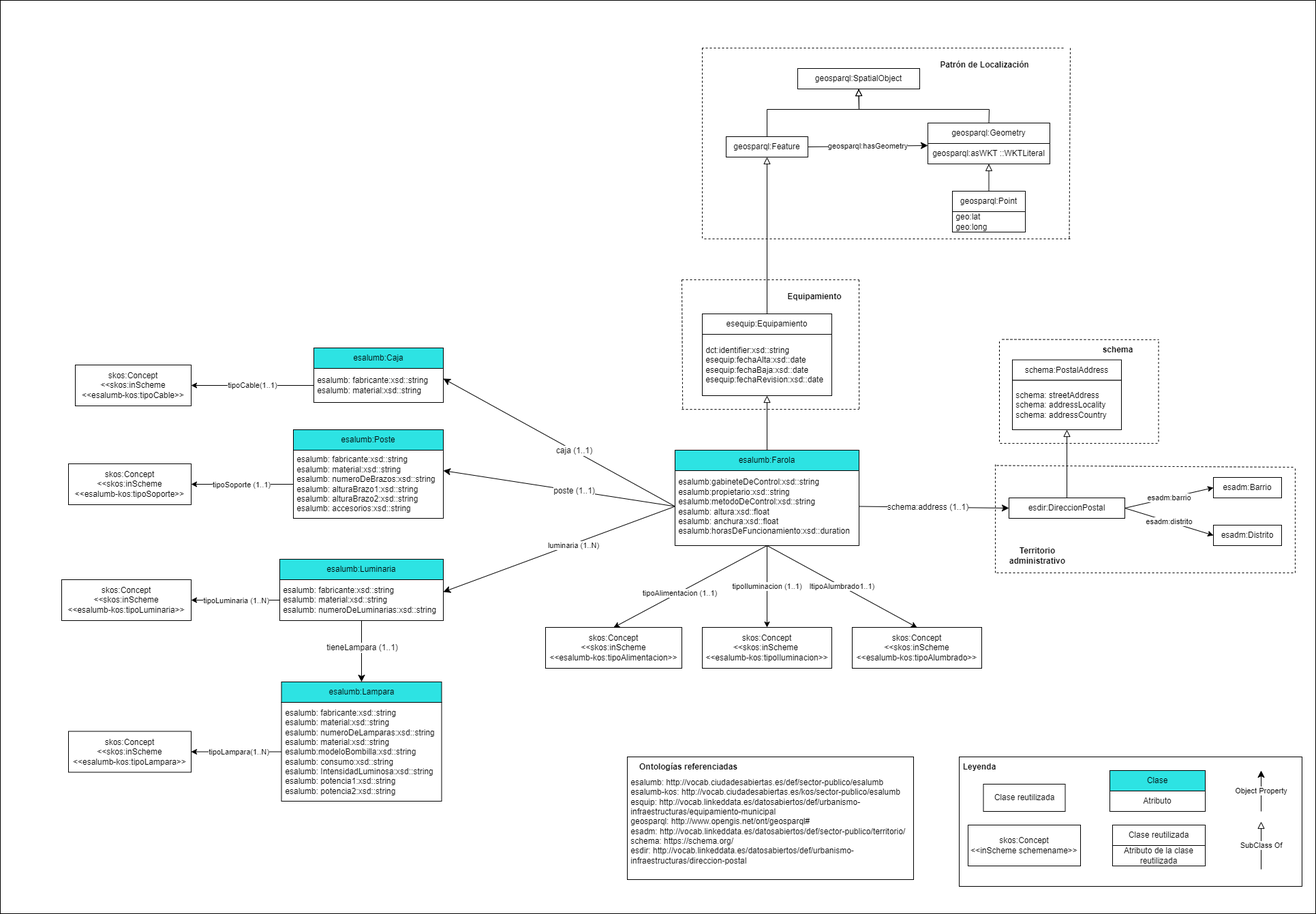
Earlier version of the draw.io export resources/images/Diagrama Alumbrado.png (MMB99/Alumbrado). Source tidied: cells renumbered, new cells last; positions are measured from the earlier drawing's top-left corner, leaving out a move shared by most shapes.
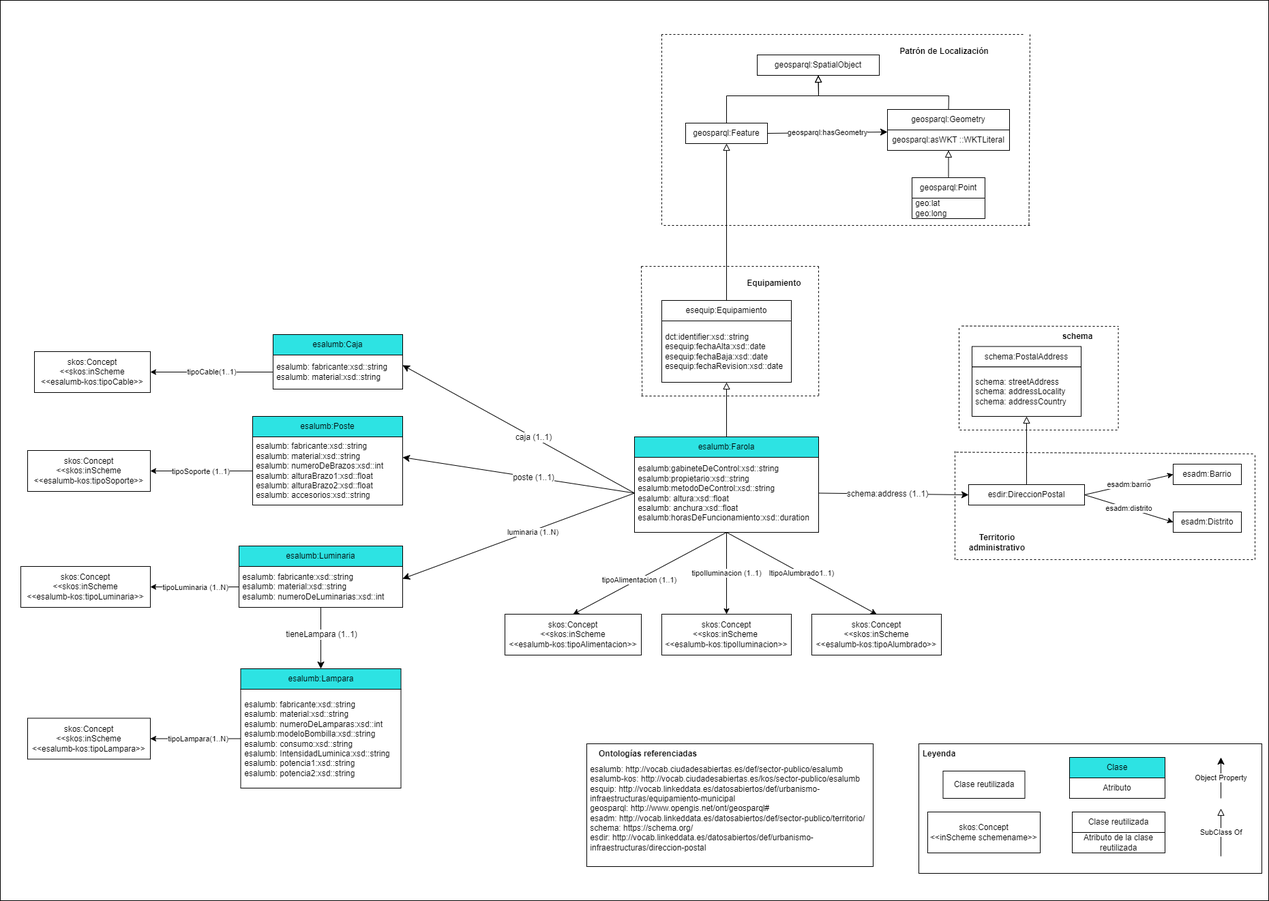
After the commit.

Change to the diagram source:
```diff
@@ -2,9 +2,9 @@
   <root>
     <mxCell id="0" />
     <mxCell id="1" parent="0" />
-    <mxCell id="2" style="rounded=0;whiteSpace=wrap;html=1;" parent="1" vertex="1">
-      <mxGeometry width="1930" height="1340" as="geometry" />
-    </mxCell>
+    <mxCell id="98" style="rounded=0;whiteSpace=wrap;html=1;" parent="1" vertex="1">
+      <mxGeometry x="60" y="20" width="1860" height="1320" as="geometry" />
+    </mxCell>
     <mxCell id="3" value="&lt;div style=&quot;&quot;&gt;&lt;span style=&quot;background-color: initial;&quot;&gt;&amp;nbsp;esalumb:gabineteDeControl:xsd::string&lt;/span&gt;&lt;/div&gt;&lt;div style=&quot;&quot;&gt;&lt;span style=&quot;background-color: initial;&quot;&gt;&amp;nbsp;esalumb:propietario:xsd::string&lt;/span&gt;&lt;/div&gt;&lt;div style=&quot;&quot;&gt;&lt;span style=&quot;background-color: initial;&quot;&gt;&amp;nbsp;esalumb:metodoDeControl:xsd::string&lt;/span&gt;&lt;/div&gt;&lt;div style=&quot;&quot;&gt;&lt;span style=&quot;background-color: initial;&quot;&gt;&amp;nbsp;esalumb: altura:xsd::float&lt;/span&gt;&lt;/div&gt;&lt;div style=&quot;&quot;&gt;&lt;span style=&quot;background-color: initial;&quot;&gt;&amp;nbsp;esalumb: anchura:xsd::float&lt;/span&gt;&lt;/div&gt;&lt;div style=&quot;&quot;&gt;&lt;span style=&quot;background-color: initial;&quot;&gt;&amp;nbsp;esalumb:horasDeFuncionamiento:xsd::duration&lt;/span&gt;&lt;/div&gt;" style="rounded=0;whiteSpace=wrap;html=1;snapToPoint=1;points=[[0.1,0],[0.2,0],[0.3,0],[0.4,0],[0.5,0],[0.6,0],[0.7,0],[0.8,0],[0.9,0],[0,0.1],[0,0.3],[0,0.5],[0,0.7],[0,0.9],[0.1,1],[0.2,1],[0.3,1],[0.4,1],[0.5,1],[0.6,1],[0.7,1],[0.8,1],[0.9,1],[1,0.1],[1,0.3],[1,0.5],[1,0.7],[1,0.9]];align=left;" parent="1" vertex="1">
       <mxGeometry x="990" y="685" width="270" height="115" as="geometry" />
     </mxCell>
@@ -23,19 +23,19 @@
     <mxCell id="8" value="esalumb:Caja" style="rounded=0;whiteSpace=wrap;html=1;fillColor=#2DE3E3;" parent="1" vertex="1">
       <mxGeometry x="460" y="510" width="190" height="30" as="geometry" />
     </mxCell>
-    <mxCell id="9" value="&lt;div style=&quot;&quot;&gt;&lt;span style=&quot;background-color: initial;&quot;&gt;&amp;nbsp;esalumb: fabricante:xsd::string&lt;/span&gt;&lt;/div&gt;&lt;div style=&quot;&quot;&gt;&lt;span style=&quot;background-color: initial;&quot;&gt;&amp;nbsp;esalumb: material:xsd::string&lt;/span&gt;&lt;/div&gt;&lt;div style=&quot;&quot;&gt;&lt;span style=&quot;background-color: initial;&quot;&gt;&amp;nbsp;esalumb: numeroDeBrazos:xsd::string&lt;/span&gt;&lt;/div&gt;&lt;div style=&quot;&quot;&gt;&lt;span style=&quot;background-color: initial;&quot;&gt;&amp;nbsp;esalumb: alturaBrazo1:xsd::string&lt;/span&gt;&lt;/div&gt;&lt;div style=&quot;&quot;&gt;&lt;span style=&quot;background-color: initial;&quot;&gt;&amp;nbsp;esalumb: alturaBrazo2:xsd::string&lt;/span&gt;&lt;/div&gt;&lt;div style=&quot;&quot;&gt;&lt;span style=&quot;background-color: initial;&quot;&gt;&amp;nbsp;esalumb: accesorios:xsd::string&lt;/span&gt;&lt;/div&gt;" style="rounded=0;whiteSpace=wrap;html=1;snapToPoint=1;points=[[0.1,0],[0.2,0],[0.3,0],[0.4,0],[0.5,0],[0.6,0],[0.7,0],[0.8,0],[0.9,0],[0,0.1],[0,0.3],[0,0.5],[0,0.7],[0,0.9],[0.1,1],[0.2,1],[0.3,1],[0.4,1],[0.5,1],[0.6,1],[0.7,1],[0.8,1],[0.9,1],[1,0.1],[1,0.3],[1,0.5],[1,0.7],[1,0.9]];fillColor=#FFFFFF;align=left;" parent="1" vertex="1">
+    <mxCell id="9" value="&lt;div style=&quot;&quot;&gt;&lt;span style=&quot;background-color: initial;&quot;&gt;&amp;nbsp;esalumb: fabricante:xsd::string&lt;/span&gt;&lt;/div&gt;&lt;div style=&quot;&quot;&gt;&lt;span style=&quot;background-color: initial;&quot;&gt;&amp;nbsp;esalumb: material:xsd::string&lt;/span&gt;&lt;/div&gt;&lt;div style=&quot;&quot;&gt;&lt;span style=&quot;background-color: initial;&quot;&gt;&amp;nbsp;esalumb: numeroDeBrazos:xsd::int&lt;/span&gt;&lt;/div&gt;&lt;div style=&quot;&quot;&gt;&lt;span style=&quot;background-color: initial;&quot;&gt;&amp;nbsp;esalumb: alturaBrazo1:xsd::float&lt;/span&gt;&lt;/div&gt;&lt;div style=&quot;&quot;&gt;&lt;span style=&quot;background-color: initial;&quot;&gt;&amp;nbsp;esalumb: alturaBrazo2:xsd::float&lt;/span&gt;&lt;/div&gt;&lt;div style=&quot;&quot;&gt;&lt;span style=&quot;background-color: initial;&quot;&gt;&amp;nbsp;esalumb: accesorios:xsd::string&lt;/span&gt;&lt;/div&gt;" style="rounded=0;whiteSpace=wrap;html=1;snapToPoint=1;points=[[0.1,0],[0.2,0],[0.3,0],[0.4,0],[0.5,0],[0.6,0],[0.7,0],[0.8,0],[0.9,0],[0,0.1],[0,0.3],[0,0.5],[0,0.7],[0,0.9],[0.1,1],[0.2,1],[0.3,1],[0.4,1],[0.5,1],[0.6,1],[0.7,1],[0.8,1],[0.9,1],[1,0.1],[1,0.3],[1,0.5],[1,0.7],[1,0.9]];fillColor=#FFFFFF;align=left;" parent="1" vertex="1">
       <mxGeometry x="430" y="660" width="220" height="100" as="geometry" />
     </mxCell>
     <mxCell id="10" value="esalumb&lt;span&gt;:Poste&lt;/span&gt;" style="rounded=0;whiteSpace=wrap;html=1;fillColor=#2DE3E3;" parent="1" vertex="1">
       <mxGeometry x="430" y="630" width="220" height="30" as="geometry" />
     </mxCell>
-    <mxCell id="11" value="&lt;div style=&quot;&quot;&gt;&lt;span style=&quot;background-color: initial;&quot;&gt;&amp;nbsp;esalumb: fabricante:xsd::string&lt;/span&gt;&lt;/div&gt;&lt;div style=&quot;&quot;&gt;&lt;span style=&quot;background-color: initial;&quot;&gt;&amp;nbsp;esalumb: material:xsd::string&lt;/span&gt;&lt;/div&gt;&lt;div style=&quot;&quot;&gt;&lt;span style=&quot;background-color: initial;&quot;&gt;&amp;nbsp;esalumb: numeroDeLuminarias:xsd::string&lt;/span&gt;&lt;/div&gt;" style="rounded=0;whiteSpace=wrap;html=1;snapToPoint=1;points=[[0.1,0],[0.2,0],[0.3,0],[0.4,0],[0.5,0],[0.6,0],[0.7,0],[0.8,0],[0.9,0],[0,0.1],[0,0.3],[0,0.5],[0,0.7],[0,0.9],[0.1,1],[0.2,1],[0.3,1],[0.4,1],[0.5,1],[0.6,1],[0.7,1],[0.8,1],[0.9,1],[1,0.1],[1,0.3],[1,0.5],[1,0.7],[1,0.9]];fillColor=#FFFFFF;align=left;" parent="1" vertex="1">
+    <mxCell id="11" value="&lt;div style=&quot;&quot;&gt;&lt;span style=&quot;background-color: initial;&quot;&gt;&amp;nbsp;esalumb: fabricante:xsd::string&lt;/span&gt;&lt;/div&gt;&lt;div style=&quot;&quot;&gt;&lt;span style=&quot;background-color: initial;&quot;&gt;&amp;nbsp;esalumb: material:xsd::string&lt;/span&gt;&lt;/div&gt;&lt;div style=&quot;&quot;&gt;&lt;span style=&quot;background-color: initial;&quot;&gt;&amp;nbsp;esalumb: numeroDeLuminarias:xsd::int&lt;/span&gt;&lt;/div&gt;" style="rounded=0;whiteSpace=wrap;html=1;snapToPoint=1;points=[[0.1,0],[0.2,0],[0.3,0],[0.4,0],[0.5,0],[0.6,0],[0.7,0],[0.8,0],[0.9,0],[0,0.1],[0,0.3],[0,0.5],[0,0.7],[0,0.9],[0.1,1],[0.2,1],[0.3,1],[0.4,1],[0.5,1],[0.6,1],[0.7,1],[0.8,1],[0.9,1],[1,0.1],[1,0.3],[1,0.5],[1,0.7],[1,0.9]];fillColor=#FFFFFF;align=left;" parent="1" vertex="1">
       <mxGeometry x="410" y="850" width="240" height="60" as="geometry" />
     </mxCell>
     <mxCell id="12" value="esalumb&lt;span&gt;:Luminaria&lt;/span&gt;" style="rounded=0;whiteSpace=wrap;html=1;fillColor=#2DE3E3;" parent="1" vertex="1">
       <mxGeometry x="410" y="820" width="240" height="30" as="geometry" />
     </mxCell>
-    <mxCell id="13" value="&lt;div style=&quot;&quot;&gt;&lt;span style=&quot;background-color: initial;&quot;&gt;&amp;nbsp;esalumb: fabricante:xsd::string&lt;/span&gt;&lt;/div&gt;&lt;div style=&quot;&quot;&gt;&lt;span style=&quot;background-color: initial;&quot;&gt;&amp;nbsp;esalumb: material:xsd::string&lt;/span&gt;&lt;/div&gt;&lt;div style=&quot;&quot;&gt;&lt;span style=&quot;background-color: initial;&quot;&gt;&amp;nbsp;esalumb: numeroDeLamparas:xsd::string&lt;/span&gt;&lt;/div&gt;&lt;div style=&quot;&quot;&gt;&lt;span style=&quot;background-color: initial;&quot;&gt;&amp;nbsp;esalumb: material:xsd::string&lt;/span&gt;&lt;/div&gt;&lt;div style=&quot;&quot;&gt;&lt;span style=&quot;background-color: initial;&quot;&gt;&amp;nbsp;esalumb:modeloBombilla:xsd::string&lt;/span&gt;&lt;/div&gt;&lt;div style=&quot;&quot;&gt;&lt;span style=&quot;background-color: initial;&quot;&gt;&amp;nbsp;esalumb: consumo:xsd::string&lt;/span&gt;&lt;/div&gt;&lt;div style=&quot;&quot;&gt;&lt;span style=&quot;background-color: initial;&quot;&gt;&amp;nbsp;esalumb: IntensidadLuminosa:xsd::string&lt;/span&gt;&lt;/div&gt;&lt;div style=&quot;&quot;&gt;&lt;span style=&quot;background-color: initial;&quot;&gt;&amp;nbsp;esalumb: potencia1:xsd::string&lt;/span&gt;&lt;/div&gt;&lt;div style=&quot;&quot;&gt;&lt;span style=&quot;background-color: initial;&quot;&gt;&amp;nbsp;esalumb: potencia2:xsd::string&lt;/span&gt;&lt;/div&gt;" style="rounded=0;whiteSpace=wrap;html=1;snapToPoint=1;points=[[0.1,0],[0.2,0],[0.3,0],[0.4,0],[0.5,0],[0.6,0],[0.7,0],[0.8,0],[0.9,0],[0,0.1],[0,0.3],[0,0.5],[0,0.7],[0,0.9],[0.1,1],[0.2,1],[0.3,1],[0.4,1],[0.5,1],[0.6,1],[0.7,1],[0.8,1],[0.9,1],[1,0.1],[1,0.3],[1,0.5],[1,0.7],[1,0.9]];fillColor=#FFFFFF;align=left;" parent="1" vertex="1">
+    <mxCell id="13" value="&lt;div style=&quot;&quot;&gt;&lt;span style=&quot;background-color: initial;&quot;&gt;&amp;nbsp;esalumb: fabricante:xsd::string&lt;/span&gt;&lt;/div&gt;&lt;div style=&quot;&quot;&gt;&lt;span style=&quot;background-color: initial;&quot;&gt;&amp;nbsp;esalumb: material:xsd::string&lt;/span&gt;&lt;/div&gt;&lt;div style=&quot;&quot;&gt;&lt;span style=&quot;background-color: initial;&quot;&gt;&amp;nbsp;esalumb: numeroDeLamparas:xsd::int&lt;/span&gt;&lt;/div&gt;&lt;div style=&quot;&quot;&gt;&lt;span style=&quot;background-color: initial;&quot;&gt;&amp;nbsp;esalumb:modeloBombilla:xsd::string&lt;/span&gt;&lt;/div&gt;&lt;div style=&quot;&quot;&gt;&lt;span style=&quot;background-color: initial;&quot;&gt;&amp;nbsp;esalumb: consumo:xsd::string&lt;/span&gt;&lt;/div&gt;&lt;div style=&quot;&quot;&gt;&lt;span style=&quot;background-color: initial;&quot;&gt;&amp;nbsp;esalumb: IntensidadLuminica:xsd::string&lt;/span&gt;&lt;/div&gt;&lt;div style=&quot;&quot;&gt;&lt;span style=&quot;background-color: initial;&quot;&gt;&amp;nbsp;esalumb: potencia1:xsd::string&lt;/span&gt;&lt;/div&gt;&lt;div style=&quot;&quot;&gt;&lt;span style=&quot;background-color: initial;&quot;&gt;&amp;nbsp;esalumb: potencia2:xsd::string&lt;/span&gt;&lt;/div&gt;" style="rounded=0;whiteSpace=wrap;html=1;snapToPoint=1;points=[[0.1,0],[0.2,0],[0.3,0],[0.4,0],[0.5,0],[0.6,0],[0.7,0],[0.8,0],[0.9,0],[0,0.1],[0,0.3],[0,0.5],[0,0.7],[0,0.9],[0.1,1],[0.2,1],[0.3,1],[0.4,1],[0.5,1],[0.6,1],[0.7,1],[0.8,1],[0.9,1],[1,0.1],[1,0.3],[1,0.5],[1,0.7],[1,0.9]];fillColor=#FFFFFF;align=left;" parent="1" vertex="1">
       <mxGeometry x="412.5" y="1030" width="235" height="145" as="geometry" />
     </mxCell>
     <mxCell id="14" value="esalumb&lt;span&gt;:Lampara&lt;/span&gt;" style="rounded=0;whiteSpace=wrap;html=1;snapToPoint=1;points=[[0.1,0],[0.2,0],[0.3,0],[0.4,0],[0.5,0],[0.6,0],[0.7,0],[0.8,0],[0.9,0],[0,0.1],[0,0.3],[0,0.5],[0,0.7],[0,0.9],[0.1,1],[0.2,1],[0.3,1],[0.4,1],[0.5,1],[0.6,1],[0.7,1],[0.8,1],[0.9,1],[1,0.1],[1,0.3],[1,0.5],[1,0.7],[1,0.9]];fillColor=#2DE3E3;" parent="1" vertex="1">
```
